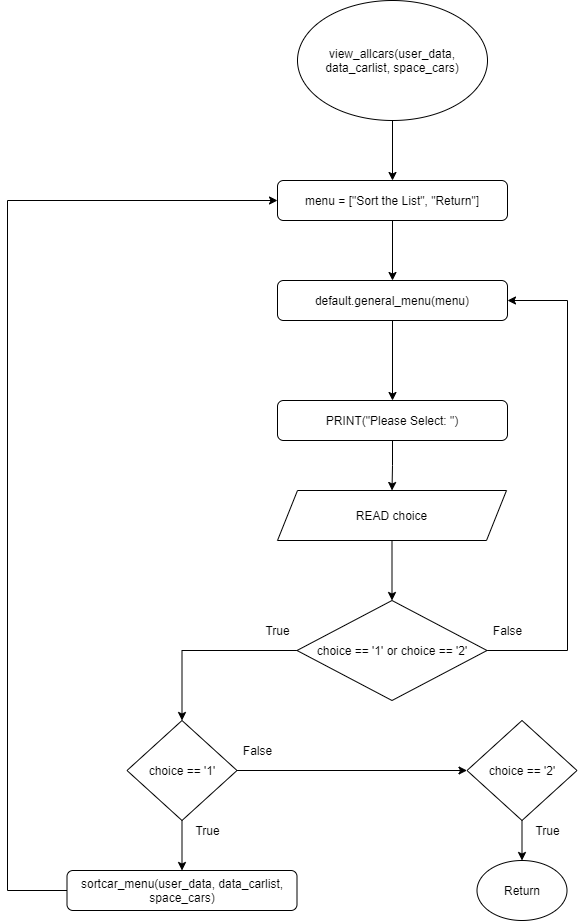
Above: Flowchart/clients/view_allcars.png in RabbitBear00/Car-Rental-System (draw.io), before the change. Source tidied: cells renumbered, new cells last; positions are measured from the earlier drawing's top-left corner, leaving out a move shared by most shapes.
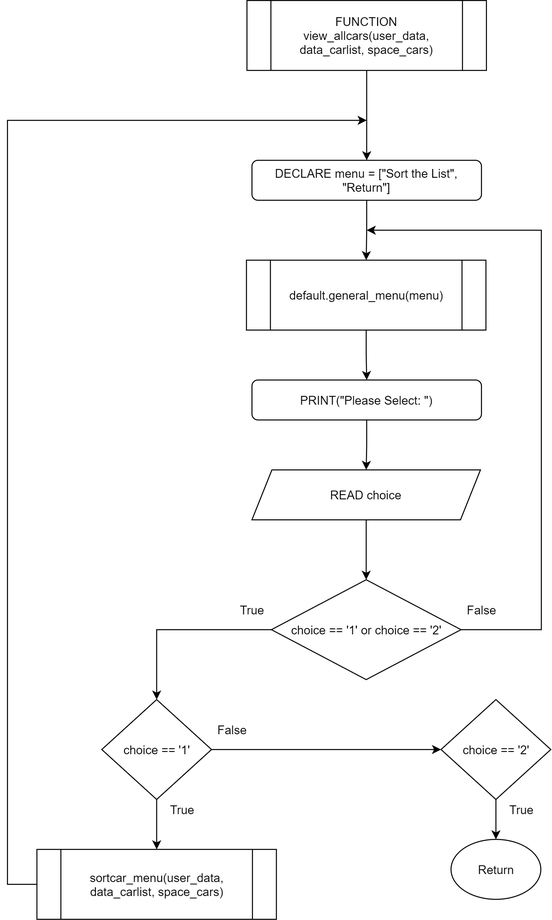
Above is the later version.

Change to the diagram source:
```diff
@@ -2,24 +2,12 @@
   <root>
     <mxCell id="0" />
     <mxCell id="1" parent="0" />
-    <mxCell id="2" style="edgeStyle=orthogonalEdgeStyle;rounded=0;jettySize=auto;html=1;" parent="1" edge="1" source="3" target="5">
-      <mxGeometry relative="1" as="geometry" />
-    </mxCell>
-    <mxCell id="3" value="view_allcars(user_data, data_carlist, space_cars)" style="ellipse;whiteSpace=wrap;html=1;" parent="1" vertex="1">
-      <mxGeometry x="290" width="190" height="120" as="geometry" />
-    </mxCell>
-    <mxCell id="4" style="edgeStyle=orthogonalEdgeStyle;rounded=0;jettySize=auto;html=1;" parent="1" edge="1" source="5" target="7">
+    <mxCell id="4" style="edgeStyle=orthogonalEdgeStyle;rounded=0;jettySize=auto;html=1;endArrow=classic;endFill=1;" parent="1" edge="1" source="5" target="7">
       <mxGeometry relative="1" as="geometry" />
     </mxCell>
-    <mxCell id="5" value="menu = [&quot;Sort the List&quot;, &quot;Return&quot;]" style="rounded=1;whiteSpace=wrap;html=1;" parent="1" vertex="1">
+    <mxCell id="5" value="DECLARE menu = [&quot;Sort the List&quot;, &quot;Return&quot;]" style="rounded=1;whiteSpace=wrap;html=1;" parent="1" vertex="1">
       <mxGeometry x="270" y="180" width="230" height="40" as="geometry" />
     </mxCell>
-    <mxCell id="6" style="edgeStyle=orthogonalEdgeStyle;rounded=0;jettySize=auto;html=1;" parent="1" edge="1" source="7" target="9">
-      <mxGeometry relative="1" as="geometry" />
-    </mxCell>
-    <mxCell id="7" value="default.general_menu(menu)" style="rounded=1;whiteSpace=wrap;html=1;" parent="1" vertex="1">
-      <mxGeometry x="270" y="280" width="230" height="40" as="geometry" />
-    </mxCell>
     <mxCell id="8" style="edgeStyle=orthogonalEdgeStyle;rounded=0;jettySize=auto;html=1;" parent="1" edge="1" source="9" target="11">
       <mxGeometry relative="1" as="geometry" />
     </mxCell>
@@ -32,11 +20,12 @@
     <mxCell id="11" value="READ choice" style="shape=parallelogram;perimeter=parallelogramPerimeter;whiteSpace=wrap;html=1;fixedSize=1;" parent="1" vertex="1">
       <mxGeometry x="270" y="490" width="229" height="50" as="geometry" />
     </mxCell>
-    <mxCell id="12" style="edgeStyle=orthogonalEdgeStyle;rounded=0;jettySize=auto;html=1;entryX=1;entryY=0.5;entryDx=0;entryDy=0;" parent="1" edge="1" source="14" target="7">
+    <mxCell id="12" style="edgeStyle=orthogonalEdgeStyle;rounded=0;jettySize=auto;html=1;" parent="1" edge="1" source="14">
       <mxGeometry relative="1" as="geometry">
+        <mxPoint x="385" y="250" as="targetPoint" />
         <Array as="points">
           <mxPoint x="560" y="650" />
-          <mxPoint x="560" y="300" />
+          <mxPoint x="560" y="250" />
         </Array>
       </mxGeometry>
     </mxCell>
@@ -46,12 +35,12 @@
     <mxCell id="14" value="choice == '1' or choice == '2'" style="rhombus;whiteSpace=wrap;html=1;" parent="1" vertex="1">
       <mxGeometry x="289.5" y="600" width="190" height="100" as="geometry" />
     </mxCell>
+    <mxCell id="16" style="edgeStyle=orthogonalEdgeStyle;rounded=0;jettySize=auto;html=1;entryX=0;entryY=0.5;entryDx=0;entryDy=0;" parent="1" edge="1" source="17" target="19">
+      <mxGeometry relative="1" as="geometry" />
+    </mxCell>
-    <mxCell id="15" style="edgeStyle=orthogonalEdgeStyle;rounded=0;jettySize=auto;html=1;" parent="1" edge="1" source="17" target="21">
+    <mxCell id="15" style="edgeStyle=orthogonalEdgeStyle;rounded=0;jettySize=auto;html=1;endArrow=classic;endFill=1;" parent="1" edge="1" source="17" target="21">
       <mxGeometry relative="1" as="geometry" />
     </mxCell>
-    <mxCell id="16" style="edgeStyle=orthogonalEdgeStyle;rounded=0;jettySize=auto;html=1;entryX=0;entryY=0.5;entryDx=0;entryDy=0;" parent="1" edge="1" source="17" target="19">
-      <mxGeometry relative="1" as="geometry" />
-    </mxCell>
     <mxCell id="17" value="choice == '1'" style="rhombus;whiteSpace=wrap;html=1;" parent="1" vertex="1">
       <mxGeometry x="119.5" y="720" width="110" height="100" as="geometry" />
     </mxCell>
@@ -61,17 +50,6 @@
     <mxCell id="19" value="choice == '2'" style="rhombus;whiteSpace=wrap;html=1;" parent="1" vertex="1">
       <mxGeometry x="459.5" y="720" width="110" height="100" as="geometry" />
     </mxCell>
-    <mxCell id="20" style="edgeStyle=orthogonalEdgeStyle;rounded=0;jettySize=auto;html=1;entryX=0;entryY=0.5;entryDx=0;entryDy=0;" parent="1" edge="1" source="21" target="5">
-      <mxGeometry relative="1" as="geometry">
-        <Array as="points">
-          <mxPoint y="890" />
-          <mxPoint y="200" />
-        </Array>
-      </mxGeometry>
-    </mxCell>
-    <mxCell id="21" value="sortcar_menu(user_data, data_carlist, space_cars)" style="rounded=1;whiteSpace=wrap;html=1;" parent="1" vertex="1">
-      <mxGeometry x="59.5" y="870" width="230" height="40" as="geometry" />
-    </mxCell>
     <mxCell id="22" value="Return" style="ellipse;whiteSpace=wrap;html=1;" parent="1" vertex="1">
       <mxGeometry x="469.5" y="860" width="90" height="60" as="geometry" />
     </mxCell>
@@ -90,5 +68,30 @@
     <mxCell id="27" value="False" style="text;html=1;align=center;verticalAlign=middle;strokeColor=none;" parent="1" vertex="1">
       <mxGeometry x="480" y="620" width="40" height="20" as="geometry" />
     </mxCell>
+    <mxCell id="6" style="edgeStyle=orthogonalEdgeStyle;rounded=0;jettySize=auto;html=1;endArrow=classic;endFill=1;" parent="1" edge="1" source="7" target="9">
+      <mxGeometry relative="1" as="geometry" />
+    </mxCell>
+    <mxCell id="7" value="default.general_menu(menu)" style="shape=process;whiteSpace=wrap;html=1;backgroundOutline=1;" parent="1" vertex="1">
+      <mxGeometry x="264.5" y="280" width="240" height="70" as="geometry" />
+    </mxCell>
+    <mxCell id="28" style="edgeStyle=orthogonalEdgeStyle;rounded=0;orthogonalLoop=1;jettySize=auto;html=1;endArrow=classic;endFill=1;" parent="1" edge="1">
+      <mxGeometry relative="1" as="geometry">
+        <mxPoint x="59.5" y="905" as="sourcePoint" />
+        <mxPoint x="385" y="140" as="targetPoint" />
+        <Array as="points">
+          <mxPoint x="25" y="905" />
+          <mxPoint x="25" y="140" />
+        </Array>
+      </mxGeometry>
+    </mxCell>
+    <mxCell id="21" value="sortcar_menu(user_data, data_carlist, space_cars)" style="shape=process;whiteSpace=wrap;html=1;backgroundOutline=1;" parent="1" vertex="1">
+      <mxGeometry x="54.5" y="870" width="240" height="70" as="geometry" />
+    </mxCell>
+    <mxCell id="29" style="edgeStyle=orthogonalEdgeStyle;rounded=0;jettySize=auto;html=1;endArrow=classic;endFill=1;" parent="1" edge="1" source="30" target="5">
+      <mxGeometry relative="1" as="geometry" />
+    </mxCell>
+    <mxCell id="30" value="FUNCTION view_allcars(user_data, data_carlist, space_cars)" style="shape=process;whiteSpace=wrap;html=1;backgroundOutline=1;" parent="1" vertex="1">
+      <mxGeometry x="265" y="20" width="240" height="70" as="geometry" />
+    </mxCell>
   </root>
 </mxGraphModel>
```
